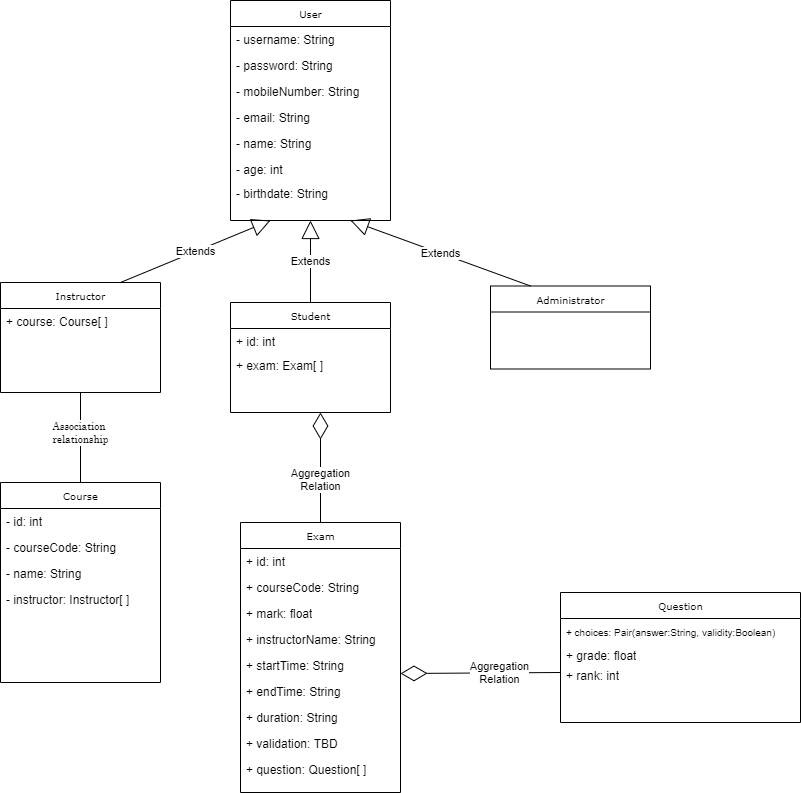
aymanred121/Examination-Management-System keeps this draw.io diagram as UML.png. Above is the earlier version. Source tidied: cells renumbered, new cells last; positions are measured from the earlier drawing's top-left corner, leaving out a move shared by most shapes.
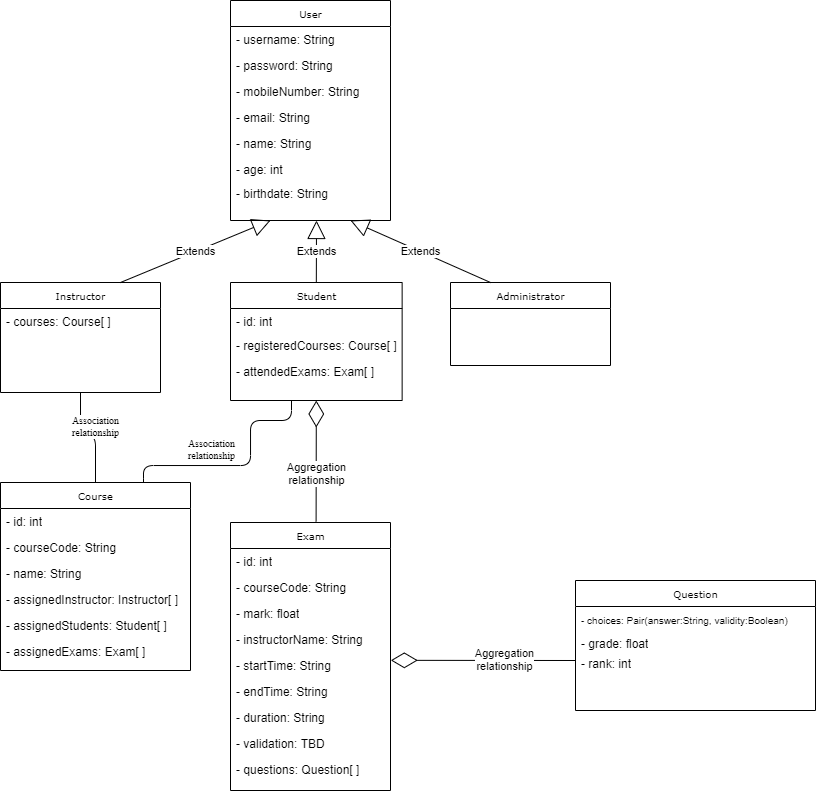
Later version of the same file.

Commit message:
Updated the names and access modifiers of attributes.

The edit, as a diff of the source:
```diff
@@ -3,37 +3,37 @@
     <mxCell id="0" />
     <mxCell id="1" parent="0" />
     <mxCell id="2" value="Exam" style="swimlane;html=1;fontStyle=0;horizontal=1;startSize=26;fillColor=none;swimlaneFillColor=#ffffff;rounded=0;shadow=0;comic=0;labelBackgroundColor=none;strokeWidth=1;fontFamily=Verdana;fontSize=10;align=center;" parent="1" vertex="1">
-      <mxGeometry x="240" y="522" width="160" height="270" as="geometry" />
+      <mxGeometry x="570" y="154" width="160" height="268" as="geometry" />
     </mxCell>
-    <mxCell id="3" value="+ id: int" style="text;html=1;strokeColor=none;fillColor=none;align=left;verticalAlign=top;spacingLeft=4;spacingRight=4;whiteSpace=wrap;overflow=hidden;" parent="2" vertex="1">
+    <mxCell id="3" value="- id: int" style="text;html=1;strokeColor=none;fillColor=none;align=left;verticalAlign=top;spacingLeft=4;spacingRight=4;whiteSpace=wrap;overflow=hidden;" parent="2" vertex="1">
       <mxGeometry y="26" width="160" height="26" as="geometry" />
     </mxCell>
-    <mxCell id="4" value="+ courseCode: String" style="text;html=1;strokeColor=none;fillColor=none;align=left;verticalAlign=top;spacingLeft=4;spacingRight=4;whiteSpace=wrap;overflow=hidden;" parent="2" vertex="1">
+    <mxCell id="4" value="- courseCode: String" style="text;html=1;strokeColor=none;fillColor=none;align=left;verticalAlign=top;spacingLeft=4;spacingRight=4;whiteSpace=wrap;overflow=hidden;" parent="2" vertex="1">
       <mxGeometry y="52" width="160" height="26" as="geometry" />
     </mxCell>
-    <mxCell id="5" value="+ mark: float" style="text;html=1;strokeColor=none;fillColor=none;align=left;verticalAlign=top;spacingLeft=4;spacingRight=4;whiteSpace=wrap;overflow=hidden;" parent="2" vertex="1">
+    <mxCell id="5" value="- mark: float" style="text;html=1;strokeColor=none;fillColor=none;align=left;verticalAlign=top;spacingLeft=4;spacingRight=4;whiteSpace=wrap;overflow=hidden;" parent="2" vertex="1">
       <mxGeometry y="78" width="160" height="26" as="geometry" />
     </mxCell>
-    <mxCell id="6" value="+ instructorName: String" style="text;html=1;strokeColor=none;fillColor=none;align=left;verticalAlign=top;spacingLeft=4;spacingRight=4;whiteSpace=wrap;overflow=hidden;" parent="2" vertex="1">
+    <mxCell id="6" value="- instructorName: String" style="text;html=1;strokeColor=none;fillColor=none;align=left;verticalAlign=top;spacingLeft=4;spacingRight=4;whiteSpace=wrap;overflow=hidden;" parent="2" vertex="1">
       <mxGeometry y="104" width="160" height="26" as="geometry" />
     </mxCell>
-    <mxCell id="7" value="+ startTime: String" style="text;html=1;strokeColor=none;fillColor=none;align=left;verticalAlign=top;spacingLeft=4;spacingRight=4;whiteSpace=wrap;overflow=hidden;points=[[0,0.5],[1,0.5]];portConstraint=eastwest;" parent="2" vertex="1">
+    <mxCell id="7" value="- startTime: String" style="text;html=1;strokeColor=none;fillColor=none;align=left;verticalAlign=top;spacingLeft=4;spacingRight=4;whiteSpace=wrap;overflow=hidden;points=[[0,0.5],[1,0.5]];portConstraint=eastwest;" parent="2" vertex="1">
       <mxGeometry y="130" width="160" height="26" as="geometry" />
     </mxCell>
-    <mxCell id="8" value="+ endTime: String" style="text;html=1;strokeColor=none;fillColor=none;align=left;verticalAlign=top;spacingLeft=4;spacingRight=4;whiteSpace=wrap;overflow=hidden;" parent="2" vertex="1">
+    <mxCell id="8" value="- endTime: String" style="text;html=1;strokeColor=none;fillColor=none;align=left;verticalAlign=top;spacingLeft=4;spacingRight=4;whiteSpace=wrap;overflow=hidden;" parent="2" vertex="1">
       <mxGeometry y="156" width="160" height="26" as="geometry" />
     </mxCell>
-    <mxCell id="9" value="+ duration: String" style="text;html=1;strokeColor=none;fillColor=none;align=left;verticalAlign=top;spacingLeft=4;spacingRight=4;whiteSpace=wrap;overflow=hidden;" parent="2" vertex="1">
+    <mxCell id="9" value="- duration: String" style="text;html=1;strokeColor=none;fillColor=none;align=left;verticalAlign=top;spacingLeft=4;spacingRight=4;whiteSpace=wrap;overflow=hidden;" parent="2" vertex="1">
       <mxGeometry y="182" width="160" height="26" as="geometry" />
     </mxCell>
-    <mxCell id="10" value="+ validation: TBD" style="text;html=1;strokeColor=none;fillColor=none;align=left;verticalAlign=top;spacingLeft=4;spacingRight=4;whiteSpace=wrap;overflow=hidden;" parent="2" vertex="1">
+    <mxCell id="10" value="- validation: TBD" style="text;html=1;strokeColor=none;fillColor=none;align=left;verticalAlign=top;spacingLeft=4;spacingRight=4;whiteSpace=wrap;overflow=hidden;" parent="2" vertex="1">
       <mxGeometry y="208" width="160" height="26" as="geometry" />
     </mxCell>
-    <mxCell id="11" value="+ question: Question[ ]" style="text;html=1;strokeColor=none;fillColor=none;align=left;verticalAlign=top;spacingLeft=4;spacingRight=4;whiteSpace=wrap;overflow=hidden;" parent="2" vertex="1">
+    <mxCell id="11" value="- questions: Question[ ]" style="text;html=1;strokeColor=none;fillColor=none;align=left;verticalAlign=top;spacingLeft=4;spacingRight=4;whiteSpace=wrap;overflow=hidden;" parent="2" vertex="1">
       <mxGeometry y="234" width="160" height="26" as="geometry" />
     </mxCell>
     <mxCell id="12" value="User" style="swimlane;html=1;fontStyle=0;horizontal=1;startSize=26;fillColor=none;swimlaneFillColor=#ffffff;rounded=0;shadow=0;comic=0;labelBackgroundColor=none;strokeWidth=1;fontFamily=Verdana;fontSize=10;align=center;" parent="1" vertex="1">
-      <mxGeometry x="230" width="160" height="220" as="geometry" />
+      <mxGeometry x="570" y="-368" width="160" height="220" as="geometry" />
     </mxCell>
     <mxCell id="13" value="- username: String" style="text;html=1;strokeColor=none;fillColor=none;align=left;verticalAlign=top;spacingLeft=4;spacingRight=4;whiteSpace=wrap;overflow=hidden;" parent="12" vertex="1">
       <mxGeometry y="26" width="160" height="26" as="geometry" />
@@ -57,46 +57,57 @@
       <mxGeometry y="180" width="160" height="26" as="geometry" />
     </mxCell>
     <mxCell id="20" value="Instructor" style="swimlane;html=1;fontStyle=0;horizontal=1;startSize=26;fillColor=none;swimlaneFillColor=#ffffff;rounded=0;shadow=0;comic=0;labelBackgroundColor=none;strokeWidth=1;fontFamily=Verdana;fontSize=10;align=center;" parent="1" vertex="1">
-      <mxGeometry y="282" width="160" height="110" as="geometry" />
+      <mxGeometry x="340" y="-86" width="160" height="110" as="geometry" />
     </mxCell>
-    <mxCell id="21" value="+ course: Course[ ]" style="text;html=1;strokeColor=none;fillColor=none;align=left;verticalAlign=top;spacingLeft=4;spacingRight=4;whiteSpace=wrap;overflow=hidden;" parent="20" vertex="1">
+    <mxCell id="21" value="- courses: Course[ ]" style="text;html=1;strokeColor=none;fillColor=none;align=left;verticalAlign=top;spacingLeft=4;spacingRight=4;whiteSpace=wrap;overflow=hidden;" parent="20" vertex="1">
       <mxGeometry y="26" width="160" height="26" as="geometry" />
     </mxCell>
     <mxCell id="22" value="Administrator" style="swimlane;html=1;fontStyle=0;horizontal=1;startSize=26;fillColor=none;swimlaneFillColor=#ffffff;rounded=0;shadow=0;comic=0;labelBackgroundColor=none;strokeWidth=1;fontFamily=Verdana;fontSize=10;align=center;" parent="1" vertex="1">
-      <mxGeometry x="490" y="285.5" width="160" height="83" as="geometry" />
+      <mxGeometry x="790" y="-86" width="160" height="83" as="geometry" />
     </mxCell>
     <mxCell id="23" value="Course" style="swimlane;html=1;fontStyle=0;horizontal=1;startSize=26;fillColor=none;swimlaneFillColor=#ffffff;rounded=0;shadow=0;comic=0;labelBackgroundColor=none;strokeWidth=1;fontFamily=Verdana;fontSize=10;align=center;" parent="1" vertex="1">
-      <mxGeometry y="482" width="160" height="200" as="geometry" />
+      <mxGeometry x="340" y="114" width="190" height="188" as="geometry" />
     </mxCell>
     <mxCell id="24" value="- id: int" style="text;html=1;strokeColor=none;fillColor=none;align=left;verticalAlign=top;spacingLeft=4;spacingRight=4;whiteSpace=wrap;overflow=hidden;" parent="23" vertex="1">
-      <mxGeometry y="26" width="160" height="26" as="geometry" />
+      <mxGeometry y="26" width="190" height="26" as="geometry" />
     </mxCell>
     <mxCell id="25" value="- courseCode: String" style="text;html=1;strokeColor=none;fillColor=none;align=left;verticalAlign=top;spacingLeft=4;spacingRight=4;whiteSpace=wrap;overflow=hidden;" parent="23" vertex="1">
-      <mxGeometry y="52" width="160" height="26" as="geometry" />
+      <mxGeometry y="52" width="190" height="26" as="geometry" />
     </mxCell>
     <mxCell id="26" value="- name: String" style="text;html=1;strokeColor=none;fillColor=none;align=left;verticalAlign=top;spacingLeft=4;spacingRight=4;whiteSpace=wrap;overflow=hidden;" parent="23" vertex="1">
-      <mxGeometry y="78" width="160" height="26" as="geometry" />
+      <mxGeometry y="78" width="190" height="26" as="geometry" />
     </mxCell>
-    <mxCell id="27" value="- instructor: Instructor[ ]" style="text;html=1;strokeColor=none;fillColor=none;align=left;verticalAlign=top;spacingLeft=4;spacingRight=4;whiteSpace=wrap;overflow=hidden;" parent="23" vertex="1">
-      <mxGeometry y="104" width="160" height="26" as="geometry" />
+    <mxCell id="27" value="- assignedInstructor: Instructor[ ]" style="text;html=1;strokeColor=none;fillColor=none;align=left;verticalAlign=top;spacingLeft=4;spacingRight=4;whiteSpace=wrap;overflow=hidden;" parent="23" vertex="1">
+      <mxGeometry y="104" width="190" height="26" as="geometry" />
     </mxCell>
+    <mxCell id="44" value="- assignedStudents: Student[ ]" style="text;html=1;strokeColor=none;fillColor=none;align=left;verticalAlign=top;spacingLeft=4;spacingRight=4;whiteSpace=wrap;overflow=hidden;" parent="23" vertex="1">
+      <mxGeometry y="130" width="190" height="26" as="geometry" />
+    </mxCell>
+    <mxCell id="45" value="- assignedExams: Exam[ ]" style="text;html=1;strokeColor=none;fillColor=none;align=left;verticalAlign=top;spacingLeft=4;spacingRight=4;whiteSpace=wrap;overflow=hidden;" parent="23" vertex="1">
+      <mxGeometry y="156" width="190" height="26" as="geometry" />
+    </mxCell>
     <mxCell id="28" value="Student" style="swimlane;html=1;fontStyle=0;horizontal=1;startSize=26;fillColor=none;swimlaneFillColor=#ffffff;rounded=0;shadow=0;comic=0;labelBackgroundColor=none;strokeWidth=1;fontFamily=Verdana;fontSize=10;align=center;" parent="1" vertex="1">
-      <mxGeometry x="230" y="302" width="160" height="110" as="geometry" />
+      <mxGeometry x="570" y="-86" width="171.6" height="118" as="geometry" />
     </mxCell>
-    <mxCell id="29" value="+ id: int" style="text;html=1;strokeColor=none;fillColor=none;align=left;verticalAlign=top;spacingLeft=4;spacingRight=4;whiteSpace=wrap;overflow=hidden;" parent="28" vertex="1">
-      <mxGeometry y="26" width="160" height="24" as="geometry" />
+    <mxCell id="29" value="- id: int" style="text;html=1;strokeColor=none;fillColor=none;align=left;verticalAlign=top;spacingLeft=4;spacingRight=4;whiteSpace=wrap;overflow=hidden;" parent="28" vertex="1">
+      <mxGeometry y="26" width="171.6" height="24" as="geometry" />
     </mxCell>
-    <mxCell id="30" value="+ exam: Exam[ ]" style="text;html=1;strokeColor=none;fillColor=none;align=left;verticalAlign=top;spacingLeft=4;spacingRight=4;whiteSpace=wrap;overflow=hidden;" parent="28" vertex="1">
-      <mxGeometry y="50" width="160" height="26" as="geometry" />
+    <mxCell id="30" value="- registeredCourses: Course[ ]" style="text;html=1;strokeColor=none;fillColor=none;align=left;verticalAlign=top;spacingLeft=4;spacingRight=4;whiteSpace=wrap;overflow=hidden;" parent="28" vertex="1">
+      <mxGeometry y="50" width="171.6" height="26" as="geometry" />
     </mxCell>
+    <mxCell id="46" value="- attendedExams: Exam[ ]" style="text;html=1;strokeColor=none;fillColor=none;align=left;verticalAlign=top;spacingLeft=4;spacingRight=4;whiteSpace=wrap;overflow=hidden;" parent="28" vertex="1">
+      <mxGeometry y="76" width="171.6" height="26" as="geometry" />
+    </mxCell>
     <mxCell id="31" value="Extends" style="endArrow=block;endSize=16;endFill=0;html=1;entryX=0.25;entryY=1;entryDx=0;entryDy=0;exitX=0.75;exitY=0;exitDx=0;exitDy=0;" parent="1" edge="1" source="20" target="12">
       <mxGeometry relative="1" as="geometry" />
     </mxCell>
     <mxCell id="32" value="Extends" style="endArrow=block;endSize=16;endFill=0;html=1;entryX=0.75;entryY=1;entryDx=0;entryDy=0;exitX=0.25;exitY=0;exitDx=0;exitDy=0;" parent="1" edge="1" source="22" target="12">
       <mxGeometry relative="1" as="geometry" />
     </mxCell>
-    <mxCell id="33" value="Extends" style="endArrow=block;endSize=16;endFill=0;html=1;entryX=0.5;entryY=1;entryDx=0;entryDy=0;exitX=0.5;exitY=0;exitDx=0;exitDy=0;" parent="1" edge="1" source="28" target="12">
-      <mxGeometry relative="1" as="geometry" />
+    <mxCell id="33" value="Extends" style="endArrow=block;endSize=16;endFill=0;html=1;exitX=0.5;exitY=0;exitDx=0;exitDy=0;" parent="1" edge="1" source="28">
+      <mxGeometry relative="1" as="geometry">
+        <mxPoint x="656" y="-148" as="targetPoint" />
+      </mxGeometry>
     </mxCell>
     <mxCell id="34" style="endArrow=none;html=1;edgeStyle=orthogonalEdgeStyle;exitX=0.5;exitY=1;exitDx=0;exitDy=0;entryX=0.5;entryY=0;entryDx=0;entryDy=0;" parent="1" edge="1" source="20" target="23">
       <mxGeometry relative="1" as="geometry" />
@@ -106,33 +117,46 @@
         <mxPoint y="-16.6" as="offset" />
       </mxGeometry>
     </mxCell>
-    <mxCell id="36" style="endArrow=diamondThin;endFill=0;endSize=24;html=1;exitX=0.5;exitY=0;exitDx=0;exitDy=0;" parent="1" edge="1" source="2">
-      <mxGeometry relative="1" as="geometry">
-        <mxPoint x="320" y="412" as="targetPoint" />
-      </mxGeometry>
+    <mxCell id="36" style="endArrow=diamondThin;endFill=0;endSize=24;html=1;exitX=0.535;exitY=-0.004;exitDx=0;exitDy=0;entryX=0.5;entryY=1;entryDx=0;entryDy=0;exitPerimeter=0;" parent="1" edge="1" source="2" target="28">
+      <mxGeometry relative="1" as="geometry" />
     </mxCell>
-    <mxCell id="37" value="Aggregation&lt;br&gt;Relation" style="edgeLabel;html=1;align=center;verticalAlign=middle;" parent="36" vertex="1">
+    <mxCell id="37" value="Aggregation&lt;br&gt;relationship" style="edgeLabel;html=1;align=center;verticalAlign=middle;" parent="36" vertex="1">
       <mxGeometry x="-0.21" relative="1" as="geometry" />
     </mxCell>
     <mxCell id="38" value="Question" style="swimlane;html=1;fontStyle=0;horizontal=1;startSize=26;fillColor=none;swimlaneFillColor=#ffffff;rounded=0;shadow=0;comic=0;labelBackgroundColor=none;strokeWidth=1;fontFamily=Verdana;fontSize=10;align=center;" parent="1" vertex="1">
-      <mxGeometry x="560" y="592" width="240" height="130" as="geometry" />
+      <mxGeometry x="915" y="212" width="240" height="130" as="geometry" />
     </mxCell>
-    <mxCell id="39" value="&lt;font style=&quot;font-size: 10px&quot;&gt;+ choices: Pair(answer:String, validity:Boolean)&lt;/font&gt;" style="text;html=1;strokeColor=none;fillColor=none;align=left;verticalAlign=top;spacingLeft=4;spacingRight=4;whiteSpace=wrap;overflow=hidden;" parent="38" vertex="1">
+    <mxCell id="39" value="&lt;font style=&quot;font-size: 10px&quot;&gt;- choices: Pair(answer:String, validity:Boolean)&lt;/font&gt;" style="text;html=1;strokeColor=none;fillColor=none;align=left;verticalAlign=top;spacingLeft=4;spacingRight=4;whiteSpace=wrap;overflow=hidden;" parent="38" vertex="1">
       <mxGeometry y="26" width="240" height="24" as="geometry" />
     </mxCell>
-    <mxCell id="40" value="+ grade: float" style="text;html=1;strokeColor=none;fillColor=none;align=left;verticalAlign=top;spacingLeft=4;spacingRight=4;whiteSpace=wrap;overflow=hidden;" parent="38" vertex="1">
+    <mxCell id="40" value="- grade: float" style="text;html=1;strokeColor=none;fillColor=none;align=left;verticalAlign=top;spacingLeft=4;spacingRight=4;whiteSpace=wrap;overflow=hidden;" parent="38" vertex="1">
       <mxGeometry y="50" width="240" height="20" as="geometry" />
     </mxCell>
-    <mxCell id="41" value="+ rank: int" style="text;html=1;strokeColor=none;fillColor=none;align=left;verticalAlign=top;spacingLeft=4;spacingRight=4;whiteSpace=wrap;overflow=hidden;points=[[0,0.5],[1,0.5]];portConstraint=eastwest;" parent="38" vertex="1">
+    <mxCell id="41" value="- rank: int" style="text;html=1;strokeColor=none;fillColor=none;align=left;verticalAlign=top;spacingLeft=4;spacingRight=4;whiteSpace=wrap;overflow=hidden;points=[[0,0.5],[1,0.5]];portConstraint=eastwest;" parent="38" vertex="1">
       <mxGeometry y="70" width="240" height="20" as="geometry" />
     </mxCell>
-    <mxCell id="42" style="endArrow=diamondThin;endFill=0;endSize=24;html=1;exitX=0;exitY=0.5;exitDx=0;exitDy=0;" parent="1" edge="1" source="41">
-      <mxGeometry relative="1" as="geometry">
-        <mxPoint x="400" y="673" as="targetPoint" />
-      </mxGeometry>
+    <mxCell id="42" style="endArrow=diamondThin;endFill=0;endSize=24;html=1;exitX=0;exitY=0.5;exitDx=0;exitDy=0;entryX=1.002;entryY=0.301;entryDx=0;entryDy=0;entryPerimeter=0;" parent="1" edge="1" source="41" target="7">
+      <mxGeometry relative="1" as="geometry" />
     </mxCell>
-    <mxCell id="43" value="&#10;&#10;&lt;span style=&quot;color: rgb(0, 0, 0); font-family: helvetica; font-size: 11px; font-style: normal; font-weight: 400; letter-spacing: normal; text-align: center; text-indent: 0px; text-transform: none; word-spacing: 0px; background-color: rgb(255, 255, 255); display: inline; float: none;&quot;&gt;Aggregation&lt;/span&gt;&lt;br style=&quot;color: rgb(0, 0, 0); font-family: helvetica; font-size: 11px; font-style: normal; font-weight: 400; letter-spacing: normal; text-align: center; text-indent: 0px; text-transform: none; word-spacing: 0px;&quot;&gt;&lt;span style=&quot;color: rgb(0, 0, 0); font-family: helvetica; font-size: 11px; font-style: normal; font-weight: 400; letter-spacing: normal; text-align: center; text-indent: 0px; text-transform: none; word-spacing: 0px; background-color: rgb(255, 255, 255); display: inline; float: none;&quot;&gt;Relation&lt;/span&gt;&#10;&#10;" style="edgeLabel;html=1;align=center;verticalAlign=middle;" parent="42" vertex="1">
+    <mxCell id="43" value="&lt;span style=&quot;color: rgb(0 , 0 , 0) ; font-family: &amp;#34;helvetica&amp;#34; ; font-size: 11px ; font-style: normal ; font-weight: 400 ; letter-spacing: normal ; text-align: center ; text-indent: 0px ; text-transform: none ; word-spacing: 0px ; background-color: rgb(255 , 255 , 255) ; display: inline ; float: none&quot;&gt;Aggregation&lt;/span&gt;&lt;br style=&quot;color: rgb(0 , 0 , 0) ; font-family: &amp;#34;helvetica&amp;#34; ; font-size: 11px ; font-style: normal ; font-weight: 400 ; letter-spacing: normal ; text-align: center ; text-indent: 0px ; text-transform: none ; word-spacing: 0px&quot;&gt;relationship" style="edgeLabel;html=1;align=center;verticalAlign=middle;" parent="42" vertex="1">
       <mxGeometry x="-0.23" y="-1" relative="1" as="geometry" />
     </mxCell>
+    <mxCell id="47" style="endArrow=none;html=1;edgeStyle=orthogonalEdgeStyle;entryX=0.75;entryY=0;entryDx=0;entryDy=0;" parent="1" edge="1" target="23">
+      <mxGeometry relative="1" as="geometry">
+        <mxPoint x="631" y="32" as="sourcePoint" />
+        <Array as="points">
+          <mxPoint x="631" y="52" />
+          <mxPoint x="590" y="52" />
+          <mxPoint x="590" y="97" />
+          <mxPoint x="483" y="97" />
+          <mxPoint x="483" y="114" />
+        </Array>
+      </mxGeometry>
+    </mxCell>
+    <mxCell id="48" value="&lt;p style=&quot;margin-top: 0pt ; margin-bottom: 0pt ; margin-left: 0in ; text-align: left ; direction: ltr ; unicode-bidi: embed ; word-break: normal ; font-size: 10px&quot;&gt;&lt;span style=&quot;font-family: &amp;#34;century schoolbook&amp;#34;&quot;&gt;&lt;font style=&quot;font-size: 10px&quot;&gt;Association&lt;br&gt;&lt;/font&gt;&lt;/span&gt;&lt;span style=&quot;font-family: &amp;#34;century schoolbook&amp;#34;&quot;&gt;relationship&lt;/span&gt;&lt;/p&gt;" style="edgeLabel;html=1;align=center;verticalAlign=middle;" parent="47" vertex="1">
+      <mxGeometry x="0.26" relative="1" as="geometry">
+        <mxPoint y="-16.6" as="offset" />
+      </mxGeometry>
+    </mxCell>
   </root>
 </mxGraphModel>
```
